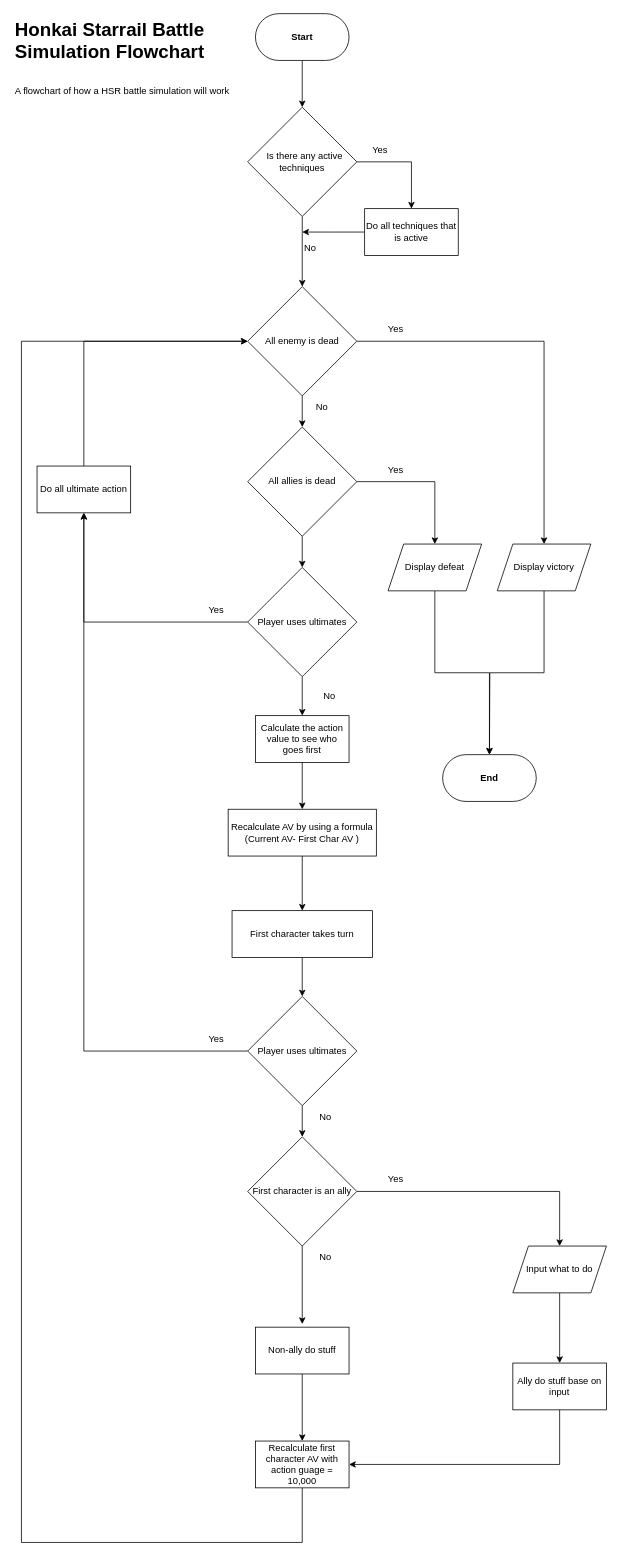
This is Flowchart/Flowchart.drawio from JapanSG/HSR_Calculator, a draw.io file, before an edit. Source tidied: cells renumbered, new cells numbered last; positions are measured from the earlier drawing's top-left corner, leaving out a move shared by most shapes. Both pictures are drawn from the tidied source at 78%, with x=0, y=0 at pixel (13, 13).
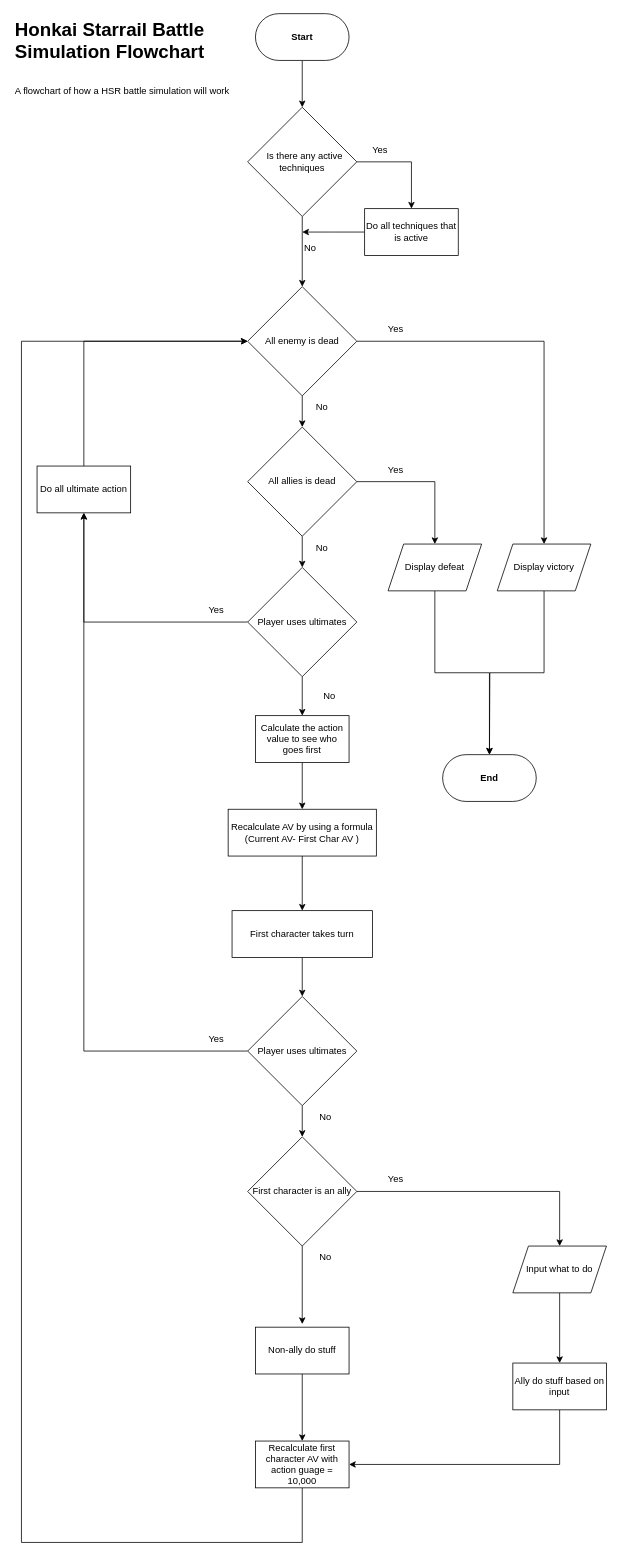
After the change.

Commit message:
Flowchart.drawio を更新します

Change to the diagram source:
```diff
@@
-    <mxCell id="51" value="Ally do stuff base on input" style="rounded=0;whiteSpace=wrap;html=1;" parent="1" vertex="1">
+    <mxCell id="51" value="Ally do stuff based on input" style="rounded=0;whiteSpace=wrap;html=1;" parent="1" vertex="1">
       <mxGeometry x="640" y="1730" width="120" height="60" as="geometry" />
     </mxCell>
@@
+    <mxCell id="57" value="No" style="text;html=1;align=center;verticalAlign=middle;strokeColor=none;fillColor=none;" parent="1" vertex="1">
+      <mxGeometry x="375" y="670" width="40" height="30" as="geometry" />
+    </mxCell>
```
